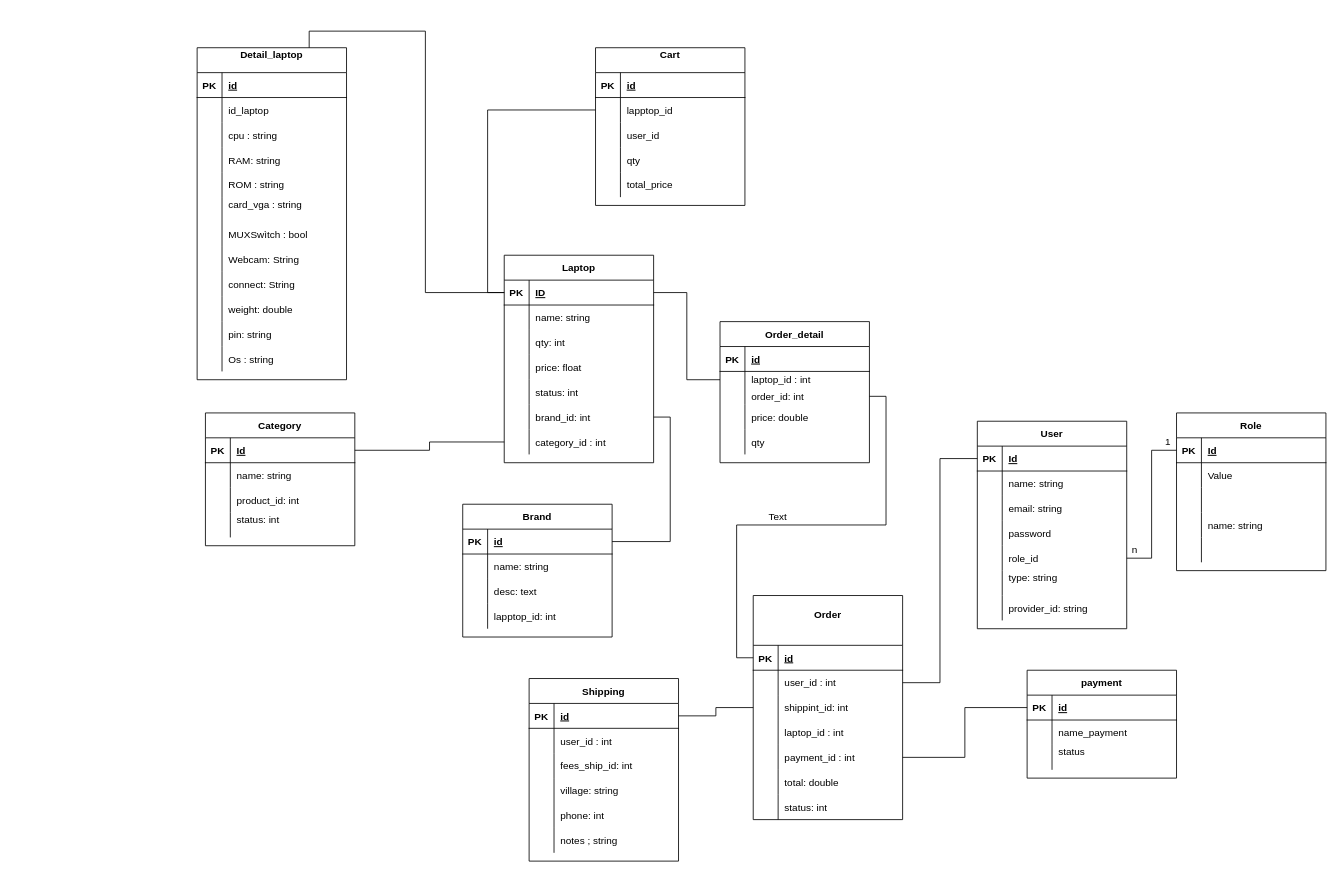
Earlier version of the draw.io diagram diagram_database.drawio (Hanh2k3/api-shopLaptop). Source tidied: cells renumbered, new cells numbered last; positions are measured from the earlier drawing's top-left corner, leaving out a move shared by most shapes. Both pictures are drawn from the tidied source at 83%, with x=0, y=0 at pixel (197, 47).
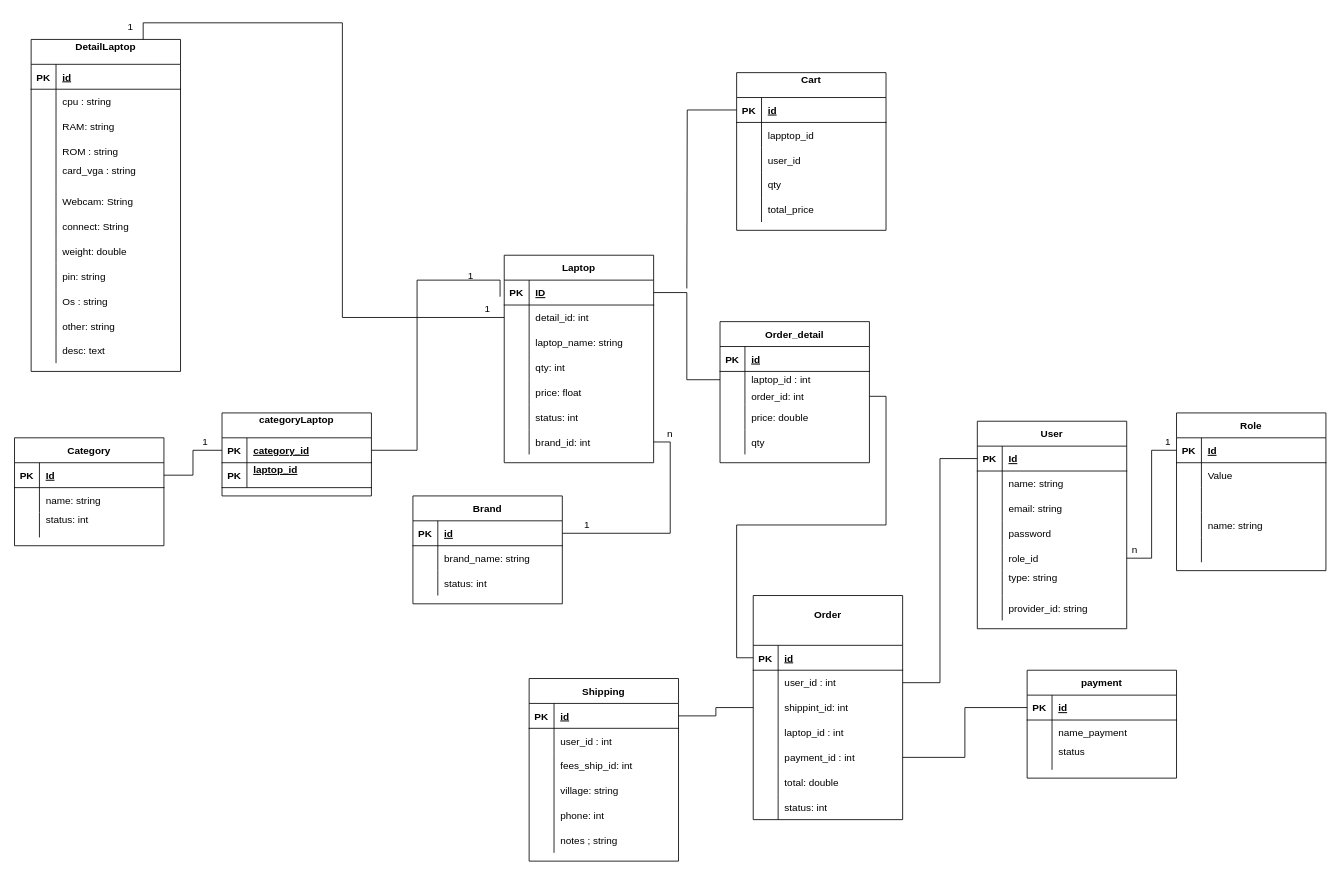
After the change.

The change refers to these unchanged cells:
```xml
<mxCell id="41" style="shape=partialRectangle;fillColor=none;top=0;left=0;bottom=1;right=0;points=[[0,0.5],[1,0.5]];portConstraint=eastwest;" parent="40" vertex="1">
  <mxGeometry y="30" width="180" height="30" as="geometry" />
</mxCell>
<mxCell id="44" style="shape=partialRectangle;fillColor=none;top=0;left=0;bottom=0;right=0;points=[[0,0.5],[1,0.5]];portConstraint=eastwest;" parent="40" vertex="1">
  <mxGeometry y="60" width="180" height="30" as="geometry" />
</mxCell>
<mxCell id="60" style="shape=partialRectangle;fillColor=none;top=0;left=0;bottom=0;right=0;" parent="56" vertex="1">
  <mxGeometry y="60" width="180" height="30" as="geometry" />
</mxCell>
<mxCell id="63" style="shape=partialRectangle;fillColor=none;top=0;left=0;bottom=0;right=0;" parent="56" vertex="1">
  <mxGeometry y="90" width="180" height="30" as="geometry" />
</mxCell>
<mxCell id="70" style="shape=partialRectangle;fillColor=none;top=0;left=0;bottom=1;right=0;points=[[0,0.5],[1,0.5]];portConstraint=eastwest;" parent="69" vertex="1">
  <mxGeometry y="30" width="180" height="30" as="geometry" />
</mxCell>
<mxCell id="82" value="Laptop" style="shape=table;startSize=30;childLayout=tableLayout;rowLines=0;fontStyle=1;align=center;" parent="1" vertex="1">
  <mxGeometry x="370" y="250" width="180" height="250" as="geometry" />
</mxCell>
<mxCell id="83" style="shape=partialRectangle;fillColor=none;top=0;left=0;bottom=1;right=0;points=[[0,0.5],[1,0.5]];portConstraint=eastwest;" parent="82" vertex="1">
  <mxGeometry y="30" width="180" height="30" as="geometry" />
</mxCell>
<mxCell id="86" style="shape=partialRectangle;fillColor=none;top=0;left=0;bottom=0;right=0;points=[[0,0.5],[1,0.5]];portConstraint=eastwest;" parent="82" vertex="1">
  <mxGeometry y="60" width="180" height="30" as="geometry" />
</mxCell>
```

What changed in the source:
```diff
@@
     <mxCell id="40" value="Cart&#10;" style="shape=table;startSize=30;childLayout=tableLayout;rowLines=0;fontStyle=1;align=center;" parent="1" vertex="1">
-      <mxGeometry x="480" width="180" height="190" as="geometry" />
+      <mxGeometry x="650" y="30" width="180" height="190" as="geometry" />
     </mxCell>
@@
     <mxCell id="56" value="Brand" style="shape=table;startSize=30;childLayout=tableLayout;rowLines=0;fontStyle=1;align=center;" parent="1" vertex="1">
-      <mxGeometry x="320" y="550" width="180" height="160" as="geometry" />
+      <mxGeometry x="260" y="540" width="180" height="130" as="geometry" />
     </mxCell>
@@
-    <mxCell id="62" value="name: string" style="shape=partialRectangle;fillColor=none;top=0;left=0;bottom=0;right=0;align=left;spacingLeft=6;overflow=hidden;" parent="60" vertex="1">
+    <mxCell id="62" value="brand_name: string" style="shape=partialRectangle;fillColor=none;top=0;left=0;bottom=0;right=0;align=left;spacingLeft=6;overflow=hidden;" parent="60" vertex="1">
       <mxGeometry x="30" width="150" height="30" as="geometry" />
     </mxCell>
@@
-    <mxCell id="65" value="desc: text" style="shape=partialRectangle;fillColor=none;top=0;left=0;bottom=0;right=0;align=left;spacingLeft=6;overflow=hidden;" parent="63" vertex="1">
+    <mxCell id="65" value="status: int" style="shape=partialRectangle;fillColor=none;top=0;left=0;bottom=0;right=0;align=left;spacingLeft=6;overflow=hidden;" parent="63" vertex="1">
       <mxGeometry x="30" width="150" height="30" as="geometry" />
     </mxCell>
-    <mxCell id="66" style="shape=partialRectangle;fillColor=none;top=0;left=0;bottom=0;right=0;" parent="56" vertex="1">
-      <mxGeometry y="120" width="180" height="30" as="geometry" />
-    </mxCell>
-    <mxCell id="67" style="shape=partialRectangle;fillColor=none;top=0;left=0;bottom=0;right=0;overflow=hidden;" parent="66" vertex="1">
-      <mxGeometry width="30" height="30" as="geometry" />
-    </mxCell>
-    <mxCell id="68" value="lapptop_id: int" style="shape=partialRectangle;fillColor=none;top=0;left=0;bottom=0;right=0;align=left;spacingLeft=6;overflow=hidden;" parent="66" vertex="1">
-      <mxGeometry x="30" width="150" height="30" as="geometry" />
-    </mxCell>
     <mxCell id="69" value="Category" style="shape=table;startSize=30;childLayout=tableLayout;rowLines=0;fontStyle=1;align=center;" parent="1" vertex="1">
-      <mxGeometry x="10" y="440" width="180" height="160" as="geometry" />
+      <mxGeometry x="-220" y="470" width="180" height="130" as="geometry" />
     </mxCell>
@@
-    <mxCell id="76" style="shape=partialRectangle;fillColor=none;top=0;left=0;bottom=0;right=0;" parent="69" vertex="1">
-      <mxGeometry y="90" width="180" height="30" as="geometry" />
-    </mxCell>
-    <mxCell id="77" style="shape=partialRectangle;fillColor=none;top=0;left=0;bottom=0;right=0;overflow=hidden;" parent="76" vertex="1">
-      <mxGeometry width="30" height="30" as="geometry" />
-    </mxCell>
-    <mxCell id="78" value="product_id: int " style="shape=partialRectangle;fillColor=none;top=0;left=0;bottom=0;right=0;align=left;spacingLeft=6;overflow=hidden;" parent="76" vertex="1">
-      <mxGeometry x="30" width="150" height="30" as="geometry" />
-    </mxCell>
     <mxCell id="79" style="shape=partialRectangle;fillColor=none;top=0;left=0;bottom=0;right=0;" parent="69" vertex="1">
-      <mxGeometry y="120" width="180" height="30" as="geometry" />
+      <mxGeometry y="90" width="180" height="30" as="geometry" />
     </mxCell>
@@
-    <mxCell id="88" value="name: string " style="shape=partialRectangle;fillColor=none;top=0;left=0;bottom=0;right=0;align=left;spacingLeft=6;overflow=hidden;" parent="86" vertex="1">
+    <mxCell id="88" value="detail_id: int" style="shape=partialRectangle;fillColor=none;top=0;left=0;bottom=0;right=0;align=left;spacingLeft=6;overflow=hidden;" parent="86" vertex="1">
       <mxGeometry x="30" width="150" height="30" as="geometry" />
     </mxCell>
+    <mxCell id="76" style="shape=partialRectangle;fillColor=none;top=0;left=0;bottom=0;right=0;" parent="82" vertex="1">
+      <mxGeometry y="90" width="180" height="30" as="geometry" />
+    </mxCell>
+    <mxCell id="221" style="shape=partialRectangle;fillColor=none;top=0;left=0;bottom=0;right=0;overflow=hidden;" parent="76" vertex="1">
+      <mxGeometry width="30" height="30" as="geometry" />
+    </mxCell>
+    <mxCell id="222" value="laptop_name: string " style="shape=partialRectangle;fillColor=none;top=0;left=0;bottom=0;right=0;align=left;spacingLeft=6;overflow=hidden;" parent="76" vertex="1">
+      <mxGeometry x="30" width="150" height="30" as="geometry" />
+    </mxCell>
     <mxCell id="89" style="shape=partialRectangle;fillColor=none;top=0;left=0;bottom=0;right=0;" parent="82" vertex="1">
-      <mxGeometry y="90" width="180" height="30" as="geometry" />
+      <mxGeometry y="120" width="180" height="30" as="geometry" />
     </mxCell>
@@
     <mxCell id="92" style="shape=partialRectangle;fillColor=none;top=0;left=0;bottom=0;right=0;" parent="82" vertex="1">
-      <mxGeometry y="120" width="180" height="30" as="geometry" />
+      <mxGeometry y="150" width="180" height="30" as="geometry" />
     </mxCell>
@@
     <mxCell id="95" style="shape=partialRectangle;fillColor=none;top=0;left=0;bottom=0;right=0;" parent="82" vertex="1">
-      <mxGeometry y="150" width="180" height="30" as="geometry" />
+      <mxGeometry y="180" width="180" height="30" as="geometry" />
     </mxCell>
@@
     <mxCell id="98" style="shape=partialRectangle;fillColor=none;top=0;left=0;bottom=0;right=0;points=[[0,0.5],[1,0.5]];portConstraint=eastwest;" parent="82" vertex="1">
-      <mxGeometry y="180" width="180" height="30" as="geometry" />
+      <mxGeometry y="210" width="180" height="30" as="geometry" />
     </mxCell>
@@
-    <mxCell id="101" style="shape=partialRectangle;fillColor=none;top=0;left=0;bottom=0;right=0;points=[[0,0.5],[1,0.5]];portConstraint=eastwest;" parent="82" vertex="1">
-      <mxGeometry y="210" width="180" height="30" as="geometry" />
-    </mxCell>
-    <mxCell id="102" style="shape=partialRectangle;fillColor=none;top=0;left=0;bottom=0;right=0;overflow=hidden;" parent="101" vertex="1">
-      <mxGeometry width="30" height="30" as="geometry" />
-    </mxCell>
-    <mxCell id="103" value="category_id : int" style="shape=partialRectangle;fillColor=none;top=0;left=0;bottom=0;right=0;align=left;spacingLeft=6;overflow=hidden;" parent="101" vertex="1">
-      <mxGeometry x="30" width="150" height="30" as="geometry" />
-    </mxCell>
-    <mxCell id="104" value="Detail_laptop&#10;" style="shape=table;startSize=30;childLayout=tableLayout;rowLines=0;fontStyle=1;align=center;" parent="1" vertex="1">
-      <mxGeometry width="180" height="400" as="geometry" />
+    <mxCell id="104" value="DetailLaptop&#10;" style="shape=table;startSize=30;childLayout=tableLayout;rowLines=0;fontStyle=1;align=center;" parent="1" vertex="1">
+      <mxGeometry x="-200" y="-10" width="180" height="400" as="geometry" />
     </mxCell>
@@
-    <mxCell id="108" style="shape=partialRectangle;fillColor=none;top=0;left=0;bottom=0;right=0;" parent="104" vertex="1">
-      <mxGeometry y="60" width="180" height="30" as="geometry" />
-    </mxCell>
-    <mxCell id="109" style="shape=partialRectangle;fillColor=none;top=0;left=0;bottom=0;right=0;overflow=hidden;" parent="108" vertex="1">
-      <mxGeometry width="30" height="30" as="geometry" />
-    </mxCell>
-    <mxCell id="110" value="id_laptop" style="shape=partialRectangle;fillColor=none;top=0;left=0;bottom=0;right=0;align=left;spacingLeft=6;overflow=hidden;" parent="108" vertex="1">
-      <mxGeometry x="30" width="150" height="30" as="geometry" />
-    </mxCell>
     <mxCell id="111" style="shape=partialRectangle;fillColor=none;top=0;left=0;bottom=0;right=0;" parent="104" vertex="1">
-      <mxGeometry y="90" width="180" height="30" as="geometry" />
+      <mxGeometry y="60" width="180" height="30" as="geometry" />
     </mxCell>
@@
     <mxCell id="114" style="shape=partialRectangle;fillColor=none;top=0;left=0;bottom=0;right=0;" parent="104" vertex="1">
-      <mxGeometry y="120" width="180" height="30" as="geometry" />
+      <mxGeometry y="90" width="180" height="30" as="geometry" />
     </mxCell>
@@
     <mxCell id="117" style="shape=partialRectangle;fillColor=none;top=0;left=0;bottom=0;right=0;" parent="104" vertex="1">
-      <mxGeometry y="150" width="180" height="30" as="geometry" />
+      <mxGeometry y="120" width="180" height="30" as="geometry" />
     </mxCell>
@@
     <mxCell id="120" style="shape=partialRectangle;fillColor=none;top=0;left=0;bottom=0;right=0;" parent="104" vertex="1">
-      <mxGeometry y="180" width="180" height="30" as="geometry" />
+      <mxGeometry y="150" width="180" height="30" as="geometry" />
     </mxCell>
@@
-    <mxCell id="123" style="shape=partialRectangle;fillColor=none;top=0;left=0;bottom=0;right=0;" parent="104" vertex="1">
-      <mxGeometry y="210" width="180" height="30" as="geometry" />
-    </mxCell>
-    <mxCell id="124" style="shape=partialRectangle;fillColor=none;top=0;left=0;bottom=0;right=0;overflow=hidden;" parent="123" vertex="1">
-      <mxGeometry width="30" height="30" as="geometry" />
-    </mxCell>
-    <mxCell id="125" value="MUXSwìtch : bool" style="shape=partialRectangle;fillColor=none;top=0;left=0;bottom=0;right=0;align=left;spacingLeft=6;overflow=hidden;" parent="123" vertex="1">
-      <mxGeometry x="30" width="150" height="30" as="geometry" />
-    </mxCell>
     <mxCell id="126" style="shape=partialRectangle;fillColor=none;top=0;left=0;bottom=0;right=0;" parent="104" vertex="1">
-      <mxGeometry y="240" width="180" height="30" as="geometry" />
+      <mxGeometry y="180" width="180" height="30" as="geometry" />
     </mxCell>
@@
     <mxCell id="129" style="shape=partialRectangle;fillColor=none;top=0;left=0;bottom=0;right=0;" parent="104" vertex="1">
-      <mxGeometry y="270" width="180" height="30" as="geometry" />
+      <mxGeometry y="210" width="180" height="30" as="geometry" />
     </mxCell>
@@
     <mxCell id="132" style="shape=partialRectangle;fillColor=none;top=0;left=0;bottom=0;right=0;" parent="104" vertex="1">
-      <mxGeometry y="300" width="180" height="30" as="geometry" />
+      <mxGeometry y="240" width="180" height="30" as="geometry" />
     </mxCell>
@@
     <mxCell id="135" style="shape=partialRectangle;fillColor=none;top=0;left=0;bottom=0;right=0;" parent="104" vertex="1">
-      <mxGeometry y="330" width="180" height="30" as="geometry" />
+      <mxGeometry y="270" width="180" height="30" as="geometry" />
     </mxCell>
@@
     <mxCell id="138" style="shape=partialRectangle;fillColor=none;top=0;left=0;bottom=0;right=0;" parent="104" vertex="1">
-      <mxGeometry y="360" width="180" height="30" as="geometry" />
+      <mxGeometry y="300" width="180" height="30" as="geometry" />
     </mxCell>
@@
+    <mxCell id="223" style="shape=partialRectangle;fillColor=none;top=0;left=0;bottom=0;right=0;" parent="104" vertex="1">
+      <mxGeometry y="330" width="180" height="30" as="geometry" />
+    </mxCell>
+    <mxCell id="224" style="shape=partialRectangle;fillColor=none;top=0;left=0;bottom=0;right=0;overflow=hidden;" parent="223" vertex="1">
+      <mxGeometry width="30" height="30" as="geometry" />
+    </mxCell>
+    <mxCell id="225" value="other: string" style="shape=partialRectangle;fillColor=none;top=0;left=0;bottom=0;right=0;align=left;spacingLeft=6;overflow=hidden;" parent="223" vertex="1">
+      <mxGeometry x="30" width="150" height="30" as="geometry" />
+    </mxCell>
+    <mxCell id="226" style="shape=partialRectangle;fillColor=none;top=0;left=0;bottom=0;right=0;" parent="104" vertex="1">
+      <mxGeometry y="360" width="180" height="30" as="geometry" />
+    </mxCell>
+    <mxCell id="227" style="shape=partialRectangle;fillColor=none;top=0;left=0;bottom=0;right=0;overflow=hidden;" parent="226" vertex="1">
+      <mxGeometry width="30" height="30" as="geometry" />
+    </mxCell>
+    <mxCell id="228" value="desc: text" style="shape=partialRectangle;fillColor=none;top=0;left=0;bottom=0;right=0;align=left;spacingLeft=6;overflow=hidden;" parent="226" vertex="1">
+      <mxGeometry x="30" width="150" height="30" as="geometry" />
+    </mxCell>
@@
-    <mxCell id="208" style="edgeStyle=orthogonalEdgeStyle;rounded=0;jettySize=auto;html=1;exitX=0;exitY=0.5;exitDx=0;exitDy=0;entryX=1;entryY=0.5;entryDx=0;entryDy=0;endArrow=none;endFill=0;" parent="1" edge="1" source="101" target="70">
-      <mxGeometry relative="1" as="geometry" />
-    </mxCell>
@@
-    <mxCell id="210" style="edgeStyle=orthogonalEdgeStyle;rounded=0;jettySize=auto;html=1;exitX=0;exitY=0.5;exitDx=0;exitDy=0;entryX=0.75;entryY=0;entryDx=0;entryDy=0;endArrow=none;endFill=0;" parent="1" edge="1" source="83" target="104">
+    <mxCell id="210" style="edgeStyle=orthogonalEdgeStyle;rounded=0;jettySize=auto;html=1;exitX=0;exitY=0.5;exitDx=0;exitDy=0;entryX=0.75;entryY=0;entryDx=0;entryDy=0;endArrow=none;endFill=0;" parent="1" edge="1" source="86" target="104">
       <mxGeometry relative="1" as="geometry" />
     </mxCell>
@@
-    <mxCell id="214" style="edgeStyle=orthogonalEdgeStyle;rounded=0;jettySize=auto;html=1;exitX=0;exitY=0.5;exitDx=0;exitDy=0;entryX=0;entryY=0.5;entryDx=0;entryDy=0;endArrow=none;endFill=0;" parent="1" edge="1" source="44" target="83">
-      <mxGeometry relative="1" as="geometry" />
-    </mxCell>
@@
-    <mxCell id="218" value="Text" style="text;html=1;strokeColor=none;fillColor=none;align=center;verticalAlign=middle;whiteSpace=wrap;rounded=0;" parent="1" vertex="1">
-      <mxGeometry x="670" y="550" width="60" height="30" as="geometry" />
-    </mxCell>
@@
+    <mxCell id="229" style="edgeStyle=orthogonalEdgeStyle;rounded=0;jettySize=auto;html=1;exitX=0.75;exitY=0;exitDx=0;exitDy=0;entryX=1;entryY=0.5;entryDx=0;entryDy=0;endArrow=none;endFill=0;" parent="1" edge="1" source="230" target="233">
+      <mxGeometry relative="1" as="geometry" />
+    </mxCell>
+    <mxCell id="230" value="1" style="text;html=1;strokeColor=none;fillColor=none;align=center;verticalAlign=middle;whiteSpace=wrap;rounded=0;" parent="1" vertex="1">
+      <mxGeometry x="320" y="300" width="60" height="30" as="geometry" />
+    </mxCell>
+    <mxCell id="231" value="1" style="text;html=1;strokeColor=none;fillColor=none;align=center;verticalAlign=middle;whiteSpace=wrap;rounded=0;" parent="1" vertex="1">
+      <mxGeometry x="-110" y="-40" width="60" height="30" as="geometry" />
+    </mxCell>
+    <mxCell id="232" value="categoryLaptop&#10;" style="shape=table;startSize=30;childLayout=tableLayout;rowLines=0;fontStyle=1;align=center;" parent="1" vertex="1">
+      <mxGeometry x="30" y="440" width="180" height="100" as="geometry" />
+    </mxCell>
+    <mxCell id="233" style="shape=partialRectangle;fillColor=none;top=0;left=0;bottom=1;right=0;points=[[0,0.5],[1,0.5]];portConstraint=eastwest;" parent="232" vertex="1">
+      <mxGeometry y="30" width="180" height="30" as="geometry" />
+    </mxCell>
+    <mxCell id="234" value="PK" style="shape=partialRectangle;fillColor=none;top=0;left=0;bottom=0;right=0;fontStyle=1;overflow=hidden;" parent="233" vertex="1">
+      <mxGeometry width="30" height="30" as="geometry" />
+    </mxCell>
+    <mxCell id="235" value="category_id" style="shape=partialRectangle;fillColor=none;top=0;left=0;bottom=0;right=0;align=left;spacingLeft=6;fontStyle=5;overflow=hidden;" parent="233" vertex="1">
+      <mxGeometry x="30" width="150" height="30" as="geometry" />
+    </mxCell>
+    <mxCell id="236" style="shape=partialRectangle;fillColor=none;top=0;left=0;bottom=1;right=0;" parent="232" vertex="1">
+      <mxGeometry y="60" width="180" height="30" as="geometry" />
+    </mxCell>
+    <mxCell id="237" value="PK" style="shape=partialRectangle;fillColor=none;top=0;left=0;bottom=0;right=0;fontStyle=1;overflow=hidden;" parent="236" vertex="1">
+      <mxGeometry width="30" height="30" as="geometry" />
+    </mxCell>
+    <mxCell id="238" value="laptop_id&#10;" style="shape=partialRectangle;fillColor=none;top=0;left=0;bottom=0;right=0;align=left;spacingLeft=6;fontStyle=5;overflow=hidden;" parent="236" vertex="1">
+      <mxGeometry x="30" width="150" height="30" as="geometry" />
+    </mxCell>
+    <mxCell id="239" style="edgeStyle=orthogonalEdgeStyle;rounded=0;jettySize=auto;html=1;exitX=1;exitY=0.5;exitDx=0;exitDy=0;entryX=0;entryY=0.5;entryDx=0;entryDy=0;endArrow=none;endFill=0;" parent="1" edge="1" source="70" target="233">
+      <mxGeometry relative="1" as="geometry" />
+    </mxCell>
+    <mxCell id="240" style="edgeStyle=orthogonalEdgeStyle;rounded=0;jettySize=auto;html=1;exitX=0;exitY=0.5;exitDx=0;exitDy=0;endArrow=none;endFill=0;" parent="1" edge="1" source="41">
+      <mxGeometry relative="1" as="geometry">
+        <mxPoint x="590" y="290" as="targetPoint" />
+      </mxGeometry>
+    </mxCell>
+    <mxCell id="241" value="1" style="text;html=1;strokeColor=none;fillColor=none;align=center;verticalAlign=middle;whiteSpace=wrap;rounded=0;" parent="1" vertex="1">
+      <mxGeometry x="-20" y="460" width="60" height="30" as="geometry" />
+    </mxCell>
+    <mxCell id="242" value="1" style="text;html=1;strokeColor=none;fillColor=none;align=center;verticalAlign=middle;whiteSpace=wrap;rounded=0;" parent="1" vertex="1">
+      <mxGeometry x="300" y="260" width="60" height="30" as="geometry" />
+    </mxCell>
+    <mxCell id="243" value="1" style="text;html=1;strokeColor=none;fillColor=none;align=center;verticalAlign=middle;whiteSpace=wrap;rounded=0;" parent="1" vertex="1">
+      <mxGeometry x="440" y="560" width="60" height="30" as="geometry" />
+    </mxCell>
+    <mxCell id="244" value="n" style="text;html=1;strokeColor=none;fillColor=none;align=center;verticalAlign=middle;whiteSpace=wrap;rounded=0;" parent="1" vertex="1">
+      <mxGeometry x="540" y="450" width="60" height="30" as="geometry" />
+    </mxCell>
```
